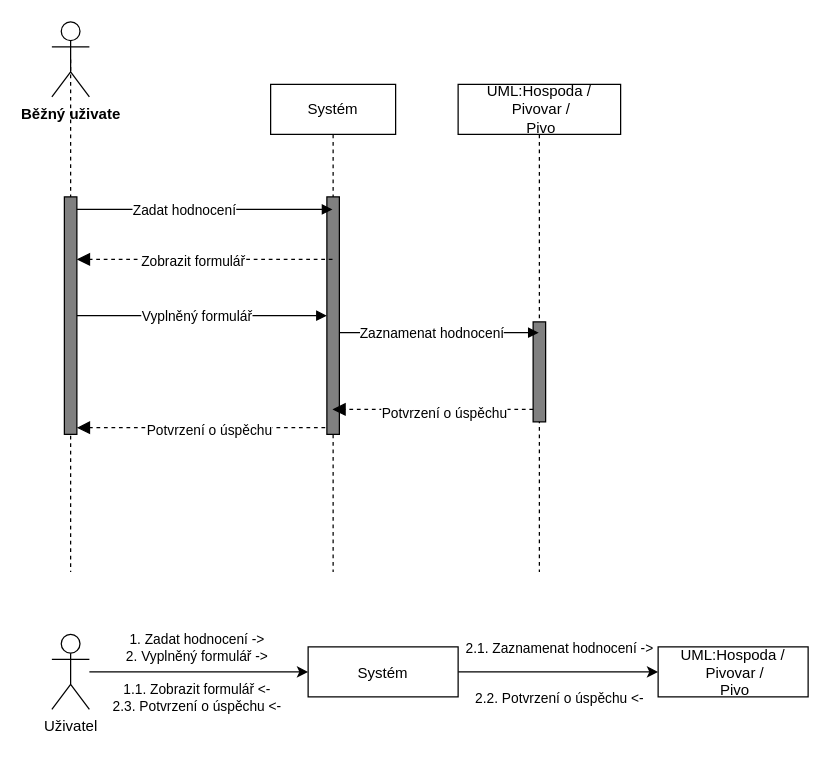
Before: page "Hodnocení" (4 of 12) of IUS/IUS_projekt/Sequence.drawio in dan1235689/Diagrams, a draw.io diagram. Source tidied: cells renumbered, new cells numbered last; positions are measured from the earlier drawing's top-left corner, leaving out a move shared by most shapes. Both pictures are drawn from the tidied source at 125%, with x=0, y=0 at pixel (51, 21).
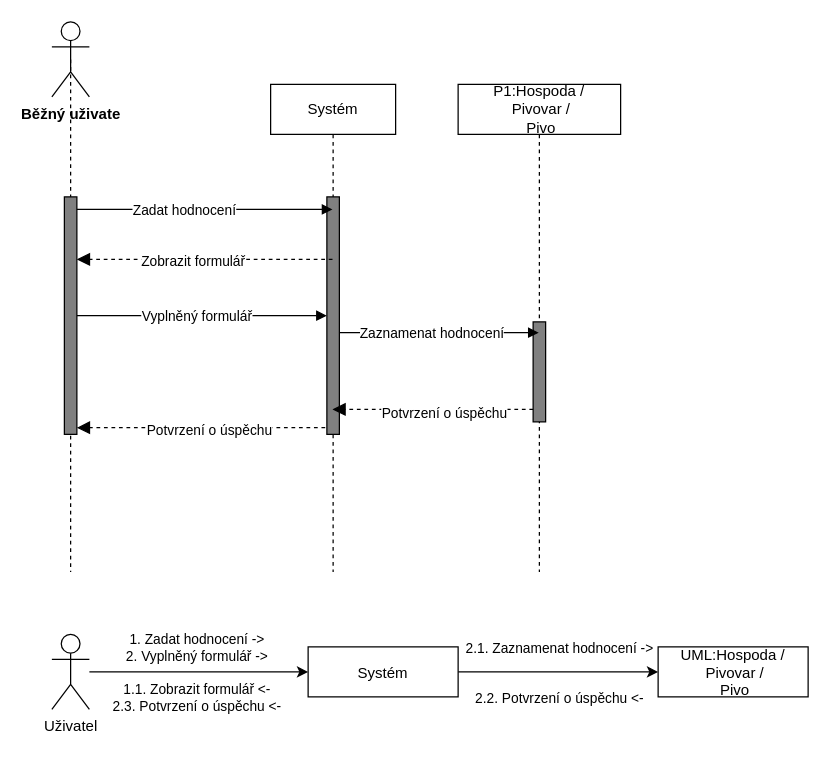
Above is the later version.

The edit, as a diff of the source:
```diff
@@
-    <mxCell id="16" value="UML:Hospoda&amp;nbsp;/&lt;br&gt;&amp;nbsp;Pivovar /&lt;br&gt;&amp;nbsp;Pivo" style="shape=umlLifeline;perimeter=lifelinePerimeter;whiteSpace=wrap;html=1;outlineConnect=0;" parent="1" vertex="1">
+    <mxCell id="16" value="P1:Hospoda&amp;nbsp;/&lt;br&gt;&amp;nbsp;Pivovar /&lt;br&gt;&amp;nbsp;Pivo" style="shape=umlLifeline;perimeter=lifelinePerimeter;whiteSpace=wrap;html=1;outlineConnect=0;" parent="1" vertex="1">
       <mxGeometry x="325" y="50" width="130" height="390" as="geometry" />
     </mxCell>
```
